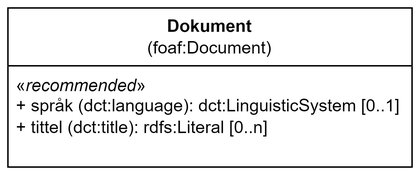
This is docs/images/Klassen-Dokument.png from Informasjonsforvaltning/dcat-ap-no, a draw.io export, as it was before one commit. Source tidied: cells renumbered, new cells last; positions are measured from the earlier drawing's top-left corner, leaving out a move shared by most shapes.
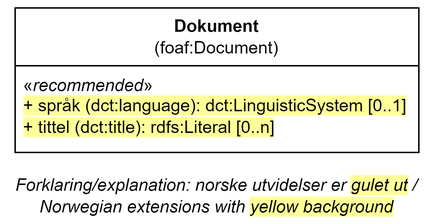
Later version of the same file.

Commit message:
Oppdaterer norsk utvidelse, Dokument

The edit, as a diff of the source:
```diff
@@ -3,10 +3,13 @@
     <mxCell id="0" />
     <mxCell id="1" parent="0" />
     <mxCell id="2" value="Dokument&lt;br&gt;&lt;span style=&quot;font-weight: normal;&quot;&gt;(foaf:Document)&lt;/span&gt;" style="swimlane;whiteSpace=wrap;html=1;startSize=40;" parent="1" vertex="1">
-      <mxGeometry width="280" height="110" as="geometry" />
+      <mxGeometry width="280" height="100" as="geometry" />
     </mxCell>
-    <mxCell id="3" value="&lt;div&gt;&lt;span style=&quot;background-color: initial;&quot;&gt;«&lt;/span&gt;&lt;i style=&quot;background-color: initial;&quot;&gt;recommended&lt;/i&gt;&lt;span style=&quot;background-color: initial;&quot;&gt;»&lt;/span&gt;&lt;br&gt;&lt;/div&gt;&lt;div&gt;&lt;div&gt;+ språk (dct:language): dct:LinguisticSystem [0..1]&lt;/div&gt;&lt;div&gt;+ tittel (dct:title): rdfs:Literal [0..n]&lt;/div&gt;&lt;/div&gt;" style="text;strokeColor=none;fillColor=none;align=left;verticalAlign=top;spacingLeft=4;spacingRight=4;overflow=hidden;whiteSpace=wrap;html=1;" parent="2" vertex="1">
+    <mxCell id="3" value="&lt;div&gt;&lt;span style=&quot;background-color: initial;&quot;&gt;«&lt;/span&gt;&lt;i style=&quot;background-color: initial;&quot;&gt;recommended&lt;/i&gt;&lt;span style=&quot;background-color: initial;&quot;&gt;»&lt;/span&gt;&lt;br&gt;&lt;/div&gt;&lt;div&gt;&lt;div&gt;&lt;span style=&quot;background-color: rgb(255, 255, 153);&quot;&gt;+ språk (dct:language): dct:LinguisticSystem [0..1]&lt;/span&gt;&lt;/div&gt;&lt;div&gt;&lt;span style=&quot;background-color: rgb(255, 255, 153);&quot;&gt;+ tittel (dct:title): rdfs:Literal [0..n]&lt;/span&gt;&lt;/div&gt;&lt;/div&gt;" style="text;strokeColor=none;fillColor=none;align=left;verticalAlign=top;spacingLeft=4;spacingRight=4;overflow=hidden;whiteSpace=wrap;html=1;" parent="2" vertex="1">
       <mxGeometry y="40" width="280" height="60" as="geometry" />
     </mxCell>
+    <mxCell id="4" value="Forklaring/explanation: norske utvidelser er&amp;nbsp;&lt;span style=&quot;background-color: rgb(255, 255, 153);&quot;&gt;gulet ut&lt;/span&gt;&lt;span style=&quot;background-color: rgb(255 , 255 , 255)&quot;&gt;&amp;nbsp;/&lt;br&gt;Norwegian extensions with &lt;/span&gt;&lt;span style=&quot;background-color: rgb(255, 255, 153);&quot;&gt;yellow background&lt;/span&gt;" style="text;html=1;strokeColor=none;fillColor=none;align=center;verticalAlign=middle;whiteSpace=wrap;rounded=0;fontStyle=2;" parent="1" vertex="1">
+      <mxGeometry x="-5" y="120" width="290" height="20" as="geometry" />
+    </mxCell>
   </root>
 </mxGraphModel>
```
